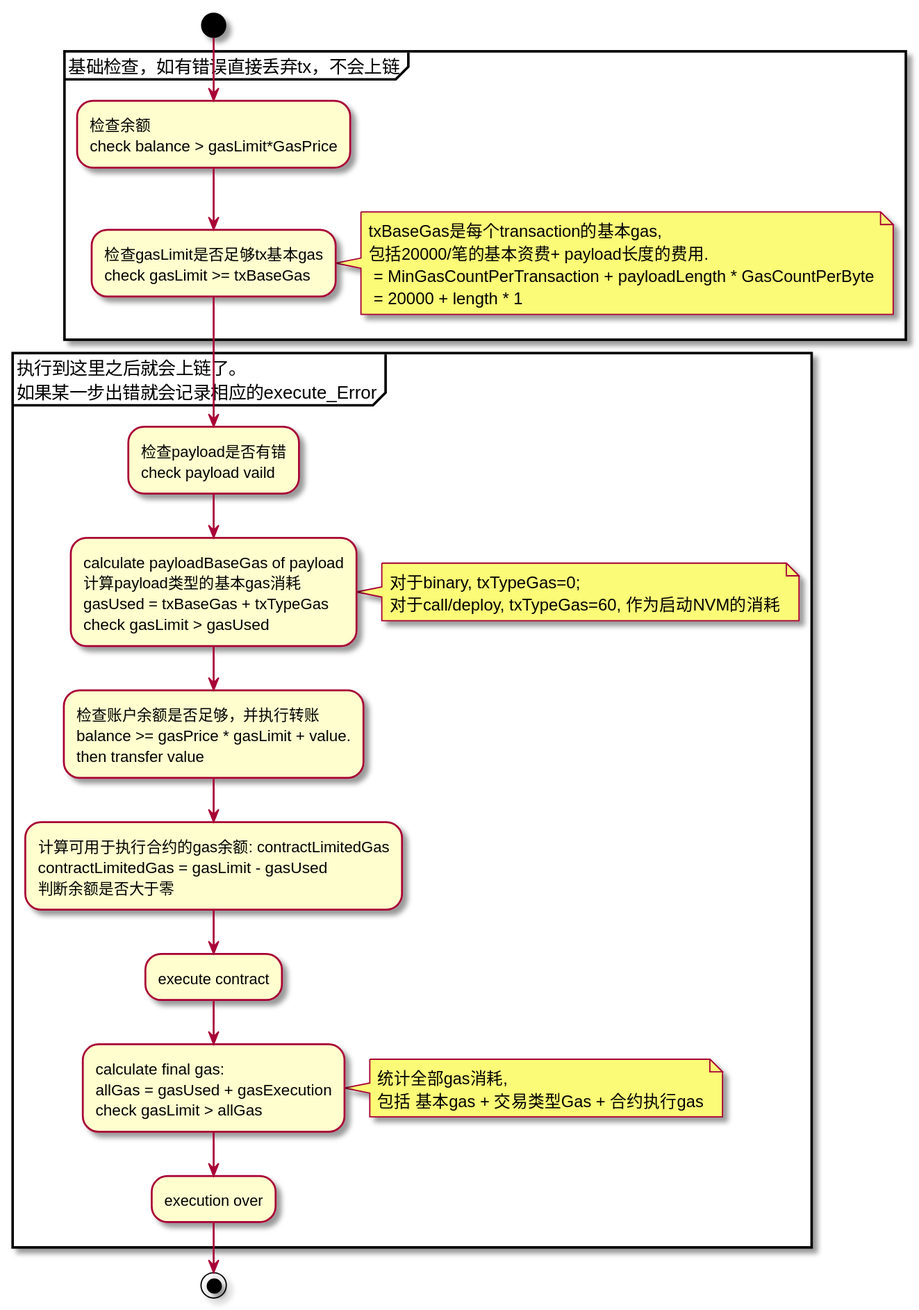
Above: resource/Transaction-VerifyExecution.svg in yupnano/go-nebulas-docs (PlantUML), before the change.
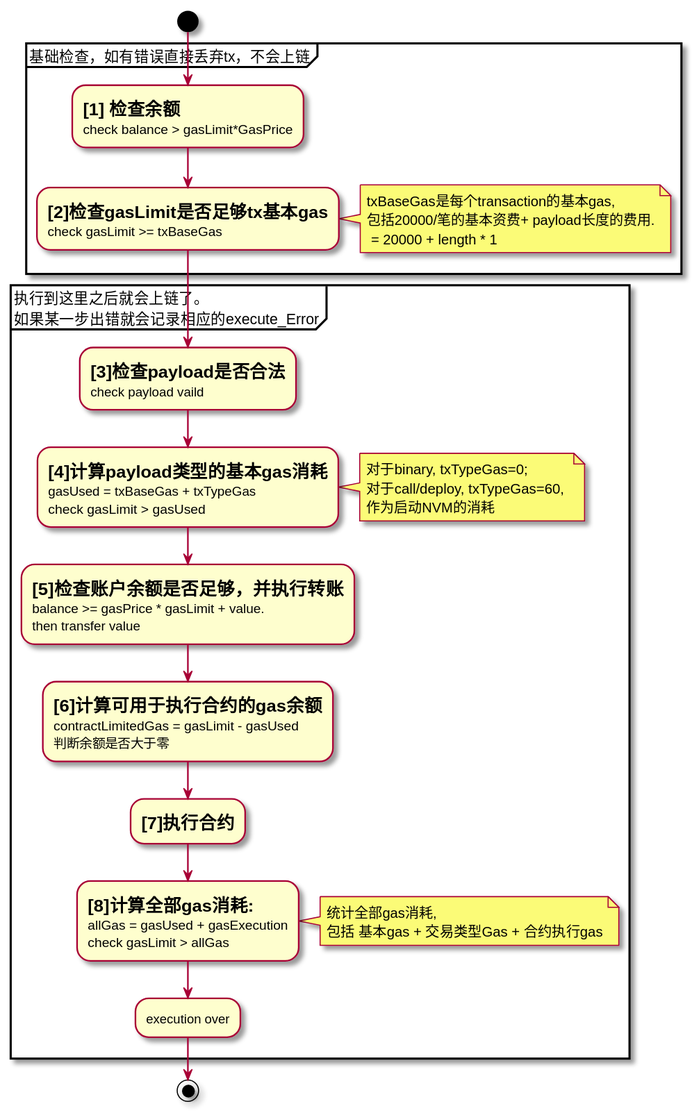
After the change.

Diff of the diagram source:
```diff
@@ -3,44 +3,43 @@
 start;
 
   partition 基础检查，如有错误直接丢弃tx，不会上链 {
-  :检查余额
+  :=[1] 检查余额
   check balance > gasLimit*GasPrice;
 
-  :检查gasLimit是否足够tx基本gas
+  :=[2]检查gasLimit是否足够tx基本gas
   check gasLimit >= txBaseGas;
       note right
         txBaseGas是每个transaction的基本gas,
         包括20000/笔的基本资费+ payload长度的费用.
-         = MinGasCountPerTransaction + payloadLength * GasCountPerByte
          = 20000 + length * 1
       end note
 
   }
 
   partition 执行到这里之后就会上链了。\n如果某一步出错就会记录相应的execute_Error {
-  :检查payload是否有错
+  :=[3]检查payload是否合法
   check payload vaild;
 
-  :calculate payloadBaseGas of payload
-  计算payload类型的基本gas消耗
+  :=[4]计算payload类型的基本gas消耗
   gasUsed = txBaseGas + txTypeGas
   check gasLimit > gasUsed;
       note right
         对于binary, txTypeGas=0;
-        对于call/deploy, txTypeGas=60, 作为启动NVM的消耗
+        对于call/deploy, txTypeGas=60,
+        作为启动NVM的消耗
       end note
 
-  :检查账户余额是否足够，并执行转账
+  :=[5]检查账户余额是否足够，并执行转账
   balance >= gasPrice * gasLimit + value.
   then transfer value;
 
-  :计算可用于执行合约的gas余额: contractLimitedGas
+  :=[6]计算可用于执行合约的gas余额
   contractLimitedGas = gasLimit - gasUsed
   判断余额是否大于零;
 
-  :execute contract;
+  :=[7]执行合约;
 
-  :calculate final gas:
+  :=[8]计算全部gas消耗:
   allGas = gasUsed + gasExecution
   check gasLimit > allGas;
       note right
```
